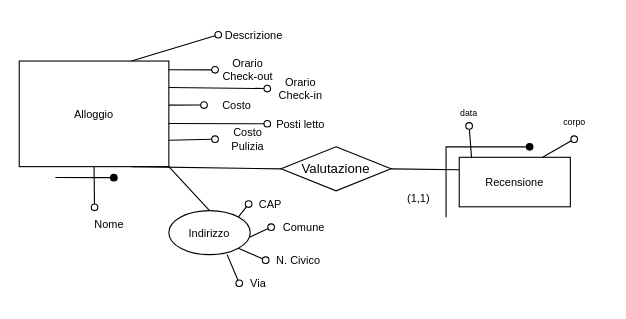
Earlier version of the draw.io diagram page "Page-5" (3 of 16) of ER.drawio (eduardz1/Home-Booking). Source tidied: cells renumbered, new cells numbered last; positions are measured from the earlier drawing's top-left corner, leaving out a move shared by most shapes. Both pictures are drawn from the tidied source at 110%, with x=0, y=0 at pixel (19, 18).
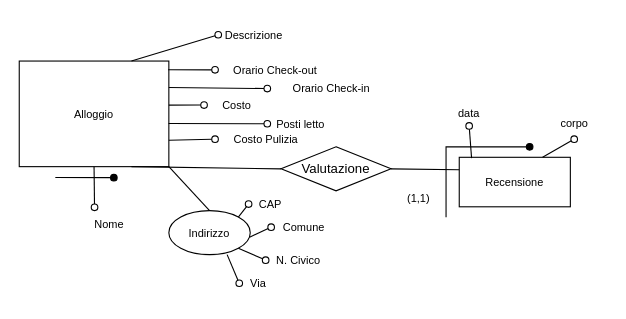
Above is the later version.

Diff of the diagram source:
```diff
@@
     <mxCell id="14" style="group;rounded=0;fontSize=10;" parent="1" vertex="1">
-      <mxGeometry x="178" y="95" width="60" height="30" as="geometry" />
+      <mxGeometry x="178" y="95" width="93" height="30" as="geometry" />
     </mxCell>
     <mxCell id="15" value="Costo Pulizia" style="text;html=1;strokeColor=none;fillColor=none;align=center;verticalAlign=middle;whiteSpace=wrap;rounded=0;labelBackgroundColor=none;labelBorderColor=none;fontSize=10;" parent="14" vertex="1">
-      <mxGeometry width="60" height="30" as="geometry" />
+      <mxGeometry width="93" height="30" as="geometry" />
     </mxCell>
@@
     <mxCell id="20" style="group;rounded=0;fontSize=10;" parent="1" vertex="1">
-      <mxGeometry x="225.5" y="49" width="60" height="30" as="geometry" />
+      <mxGeometry x="225.5" y="49" width="115.5" height="30" as="geometry" />
     </mxCell>
-    <mxCell id="21" value="Orario&lt;br&gt;Check-in" style="text;html=1;strokeColor=none;fillColor=none;align=center;verticalAlign=middle;whiteSpace=wrap;rounded=0;labelBackgroundColor=none;labelBorderColor=none;fontSize=10;" parent="20" vertex="1">
-      <mxGeometry width="60" height="30" as="geometry" />
+    <mxCell id="21" value="Orario Check-in" style="text;html=1;strokeColor=none;fillColor=none;align=center;verticalAlign=middle;whiteSpace=wrap;rounded=0;labelBackgroundColor=none;labelBorderColor=none;fontSize=10;" parent="20" vertex="1">
+      <mxGeometry width="115.5" height="30" as="geometry" />
     </mxCell>
     <mxCell id="22" style="group;rounded=0;fontSize=10;" parent="1" vertex="1">
-      <mxGeometry x="178" y="32" width="60" height="30" as="geometry" />
+      <mxGeometry x="178" y="32" width="110" height="30" as="geometry" />
     </mxCell>
-    <mxCell id="23" value="Orario&lt;br&gt;Check-out" style="text;html=1;strokeColor=none;fillColor=none;align=center;verticalAlign=middle;whiteSpace=wrap;rounded=0;labelBackgroundColor=none;labelBorderColor=none;fontSize=10;" parent="22" vertex="1">
-      <mxGeometry width="60" height="30" as="geometry" />
+    <mxCell id="23" value="Orario Check-out" style="text;html=1;strokeColor=none;fillColor=none;align=center;verticalAlign=middle;whiteSpace=wrap;rounded=0;labelBackgroundColor=none;labelBorderColor=none;fontSize=10;" parent="22" vertex="1">
+      <mxGeometry width="110" height="30" as="geometry" />
     </mxCell>
@@
-    <mxCell id="32" value="corpo" style="text;html=1;strokeColor=none;fillColor=none;align=center;verticalAlign=middle;whiteSpace=wrap;rounded=0;fontSize=8;" parent="1" vertex="1">
+    <mxCell id="32" value="corpo" style="text;html=1;strokeColor=none;fillColor=none;align=center;verticalAlign=middle;whiteSpace=wrap;rounded=0;fontSize=10;" parent="1" vertex="1">
       <mxGeometry x="474.5" y="80" width="60" height="30" as="geometry" />
     </mxCell>
-    <mxCell id="33" value="data" style="text;html=1;strokeColor=none;fillColor=none;align=center;verticalAlign=middle;whiteSpace=wrap;rounded=0;fontSize=8;" parent="1" vertex="1">
+    <mxCell id="33" value="data" style="text;html=1;strokeColor=none;fillColor=none;align=center;verticalAlign=middle;whiteSpace=wrap;rounded=0;fontSize=10;" parent="1" vertex="1">
       <mxGeometry x="379" y="73" width="60" height="25" as="geometry" />
     </mxCell>
```
